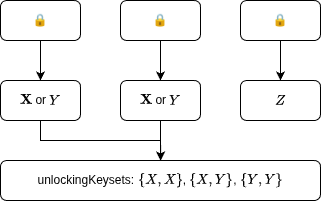
This is thesis/thesis/assets/04/remove-consumed.drawio.png from bowl-of-rais/ma-thesis, a draw.io export, as it was before one commit. Source tidied: cells renumbered, new cells last; positions are measured from the earlier drawing's top-left corner, leaving out a move shared by most shapes.
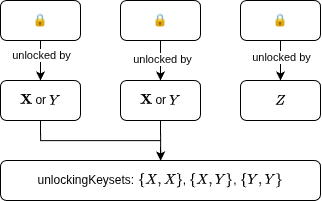
After the commit.

The edit, as a diff of the source:
```diff
@@ -5,18 +5,27 @@
     <mxCell id="2" style="edgeStyle=orthogonalEdgeStyle;rounded=0;jettySize=auto;html=1;exitX=0.5;exitY=1;exitDx=0;exitDy=0;entryX=0.5;entryY=0;entryDx=0;entryDy=0;" parent="1" edge="1" source="3" target="9">
       <mxGeometry relative="1" as="geometry" />
     </mxCell>
+    <mxCell id="14" value="unlocked by" style="edgeLabel;html=1;align=center;verticalAlign=middle;" parent="2" vertex="1">
+      <mxGeometry x="-0.25" relative="1" as="geometry" />
+    </mxCell>
     <mxCell id="3" value="&lt;p&gt;🔒&lt;/p&gt;" style="rounded=1;whiteSpace=wrap;html=1;" parent="1" vertex="1">
       <mxGeometry width="80" height="40" as="geometry" />
     </mxCell>
     <mxCell id="4" style="edgeStyle=orthogonalEdgeStyle;rounded=0;jettySize=auto;html=1;exitX=0.5;exitY=1;exitDx=0;exitDy=0;entryX=0.5;entryY=0;entryDx=0;entryDy=0;" parent="1" edge="1" source="5" target="11">
       <mxGeometry relative="1" as="geometry" />
     </mxCell>
+    <mxCell id="15" value="unlocked by" style="edgeLabel;html=1;align=center;verticalAlign=middle;" parent="4" vertex="1">
+      <mxGeometry x="-0.12" y="1" relative="1" as="geometry" />
+    </mxCell>
     <mxCell id="5" value="&lt;p&gt;🔒&lt;/p&gt;" style="rounded=1;whiteSpace=wrap;html=1;" parent="1" vertex="1">
       <mxGeometry x="120" width="80" height="40" as="geometry" />
     </mxCell>
     <mxCell id="6" style="edgeStyle=orthogonalEdgeStyle;rounded=0;jettySize=auto;html=1;exitX=0.5;exitY=1;exitDx=0;exitDy=0;entryX=0.5;entryY=0;entryDx=0;entryDy=0;" parent="1" edge="1" source="7" target="12">
       <mxGeometry relative="1" as="geometry" />
     </mxCell>
+    <mxCell id="16" value="unlocked by" style="edgeLabel;html=1;align=center;verticalAlign=middle;" parent="6" vertex="1">
+      <mxGeometry x="-0.18" relative="1" as="geometry" />
+    </mxCell>
     <mxCell id="7" value="&lt;p&gt;🔒&lt;/p&gt;" style="rounded=1;whiteSpace=wrap;html=1;" parent="1" vertex="1">
       <mxGeometry x="240" width="80" height="40" as="geometry" />
     </mxCell>
```
